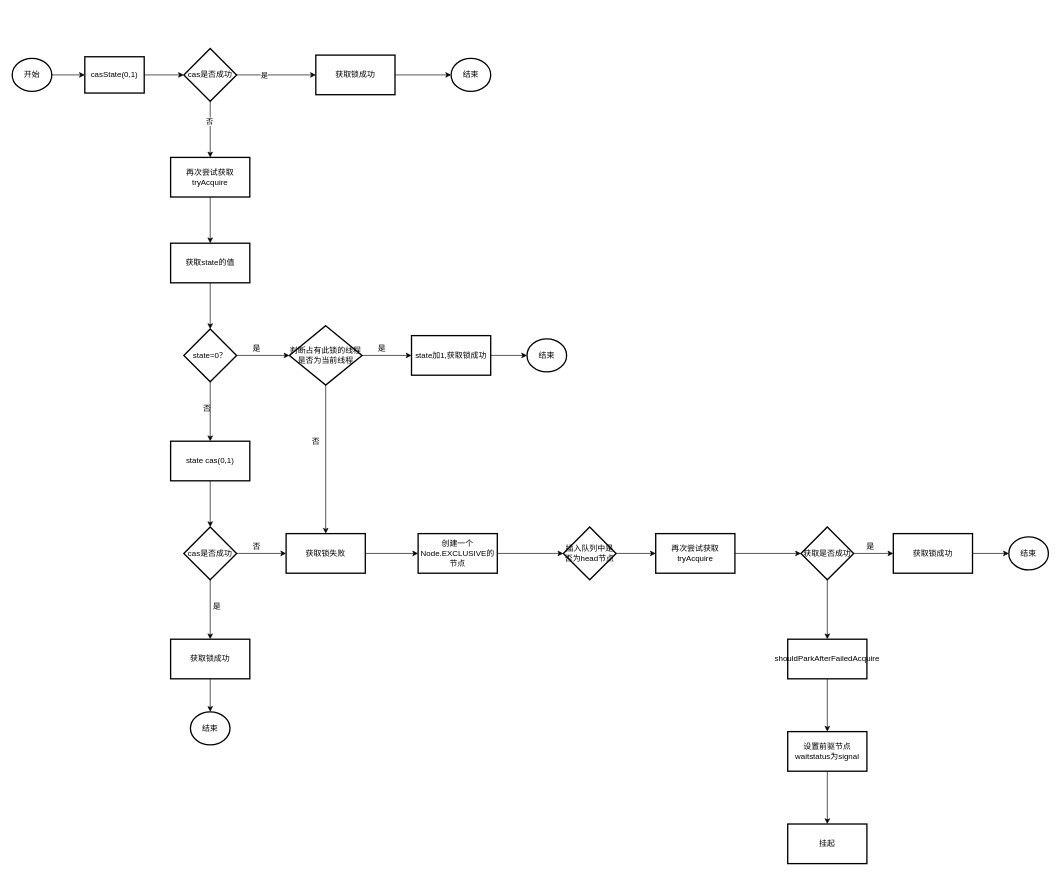
Above: img/ReentrantLock.drawio in npvip/StudyNote (draw.io), before the change. Source tidied: cells renumbered, new cells numbered last; positions are measured from the earlier drawing's top-left corner, leaving out a move shared by most shapes. Both pictures are drawn from the tidied source at 66%, with x=0, y=0 at pixel (12, 48).
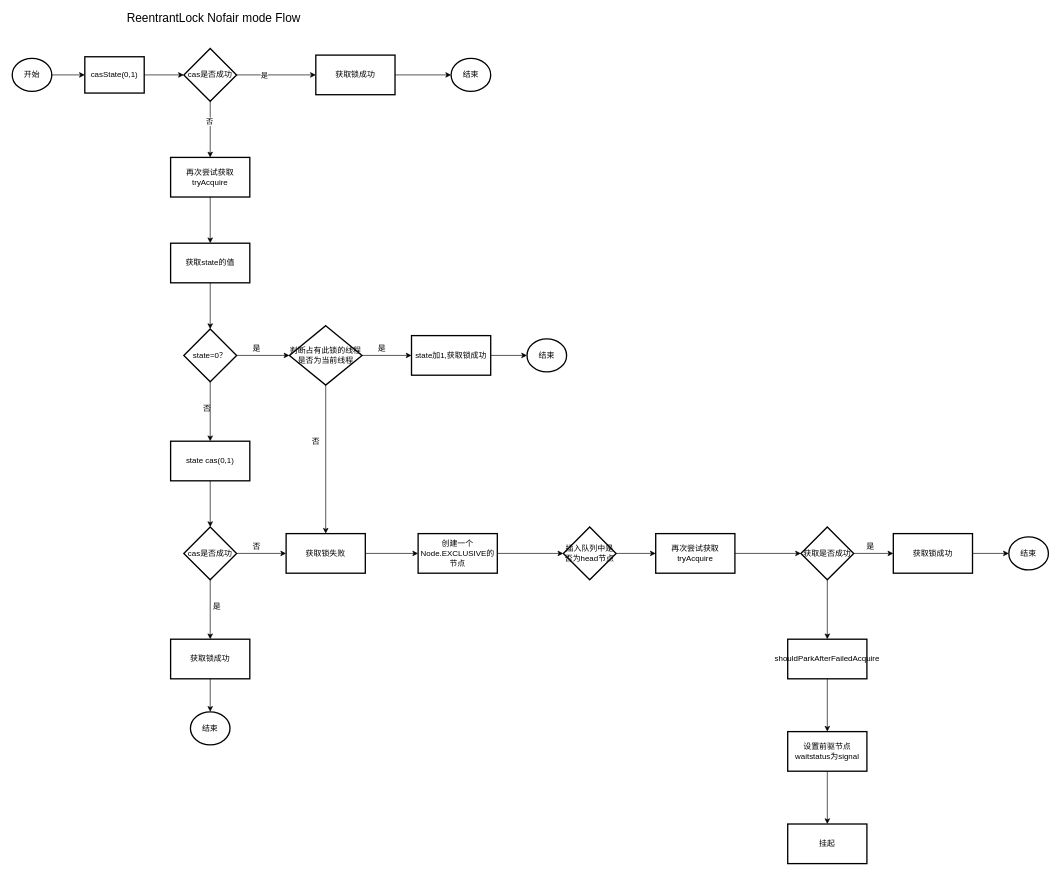
Above is the later version.

Diff of the diagram source:
```diff
@@
+    <mxCell id="61" value="&lt;font style=&quot;font-size: 18px&quot;&gt;ReentrantLock Nofair mode Flow&lt;/font&gt;" style="text;html=1;align=center;verticalAlign=middle;" parent="1" vertex="1">
+      <mxGeometry x="165" y="-55" width="280" height="20" as="geometry" />
+    </mxCell>
```
